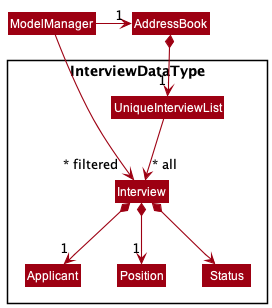
Earlier version of the PlantUML export docs/images/ModelInterviewClassDiagram.png (nus-cs2103-AY2122S2/tp).
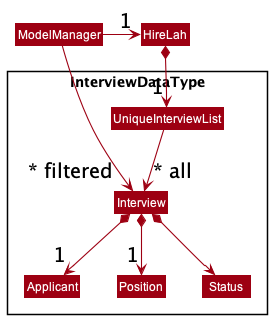
After the change.

Commit message:
Update AddressBook to HireLah in DG

The edit, as a diff of the source:
```diff
@@ -4,7 +4,7 @@
 skinparam arrowColor MODEL_COLOR
 skinparam classBackgroundColor MODEL_COLOR
 
-Class AddressBook
+Class HireLah
 Class ModelManager
 
 Package InterviewDataType <<Rectangle>>{
@@ -18,7 +18,7 @@
 
 ModelManager -->"~* filtered" Interview
 
-AddressBook *--> "1" UniqueInterviewList
+HireLah *--> "1" UniqueInterviewList
 UniqueInterviewList --> "~* all" Interview
 Interview *--> Status
 Interview *--> "1" Applicant
@@ -27,6 +27,6 @@
 Applicant -[hidden]right-> Position
 Position -[hidden]right-> Status
 
-ModelManager -right-> "1" AddressBook
+ModelManager -right-> "1" HireLah
 
 @enduml
```
